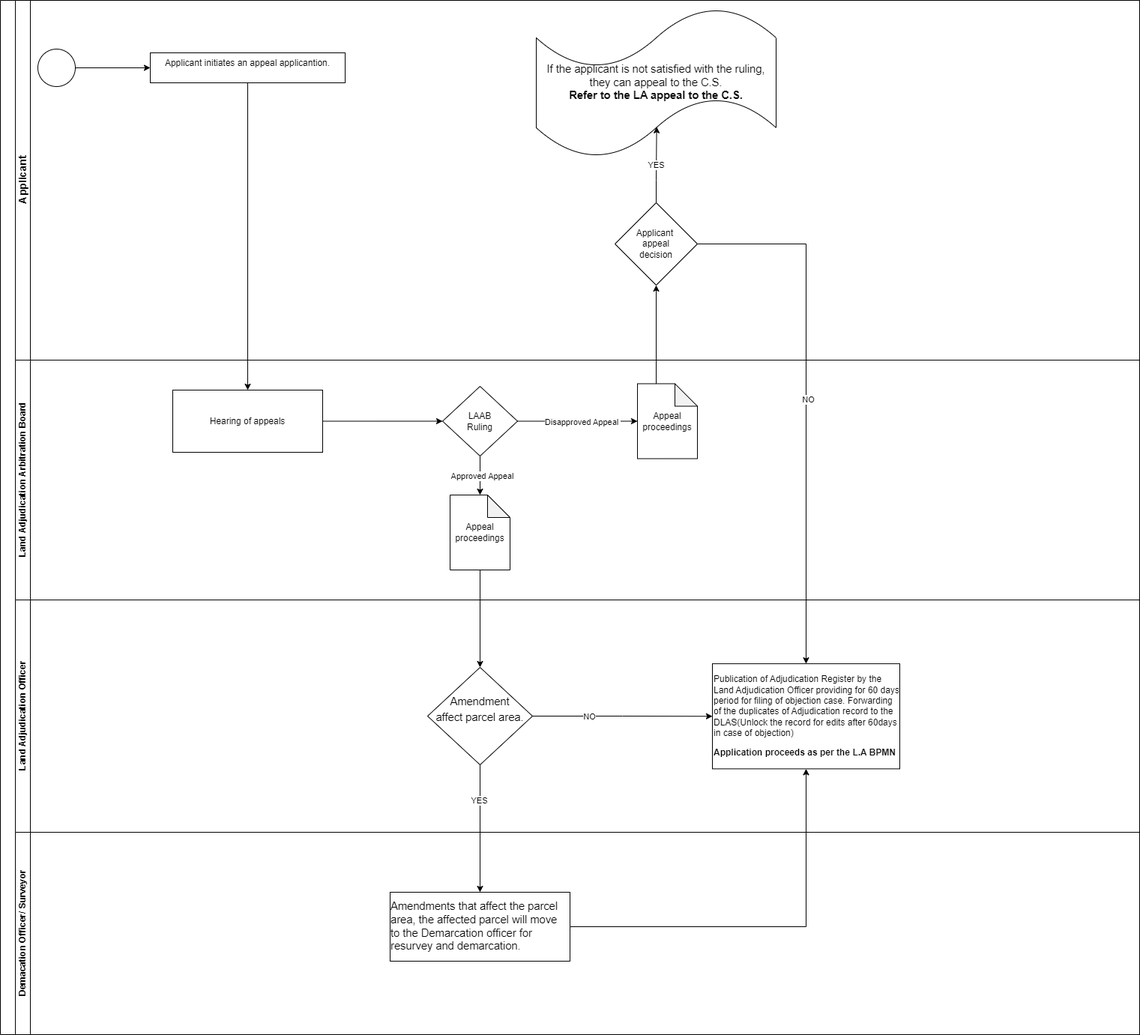
geoprojectke/BPMN keeps this draw.io diagram as Land Adjudication Appeal to the LAAB.drawio.png. Above is the earlier version. Source tidied: cells renumbered, new cells last; positions are measured from the earlier drawing's top-left corner, leaving out a move shared by most shapes.
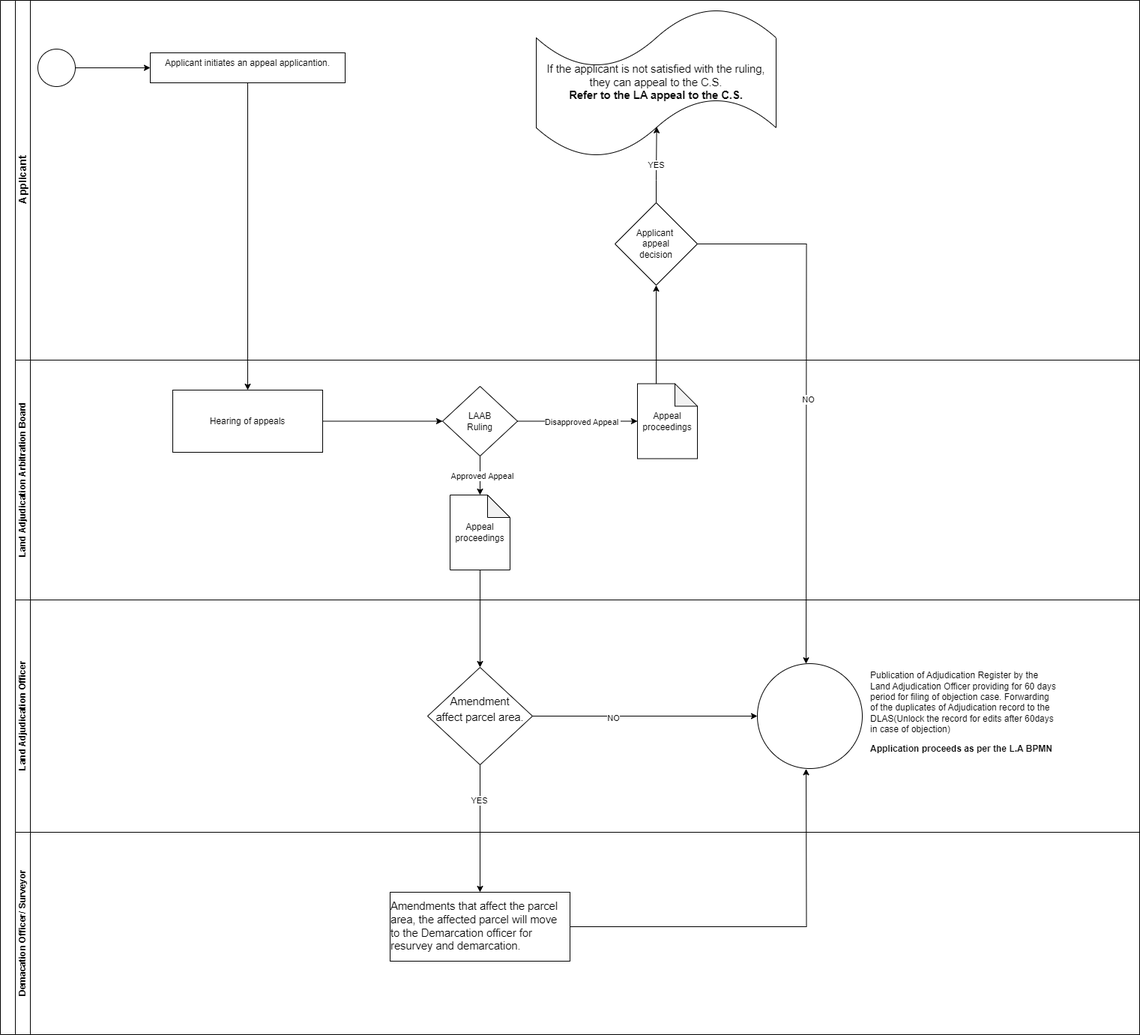
Later version of the same file.

Diff of the diagram source:
```diff
@@ -62,18 +62,21 @@
     <mxCell id="21" value="Land Adjudication Officer" style="swimlane;html=1;startSize=20;horizontal=0;" parent="2" vertex="1">
       <mxGeometry x="20" y="800" width="1500" height="310" as="geometry" />
     </mxCell>
-    <mxCell id="22" style="edgeStyle=orthogonalEdgeStyle;rounded=0;jettySize=auto;html=1;exitX=1;exitY=0.5;exitDx=0;exitDy=0;entryX=0;entryY=0.5;entryDx=0;entryDy=0;" parent="21" edge="1" source="25" target="24">
-      <mxGeometry relative="1" as="geometry" />
-    </mxCell>
+    <mxCell id="38" style="edgeStyle=orthogonalEdgeStyle;rounded=0;jettySize=auto;html=1;exitX=1;exitY=0.5;exitDx=0;exitDy=0;entryX=0;entryY=0.5;entryDx=0;entryDy=0;" parent="21" edge="1" source="25" target="39">
+      <mxGeometry relative="1" as="geometry" />
+    </mxCell>
-    <mxCell id="23" value="NO" style="edgeLabel;html=1;align=center;verticalAlign=middle;" parent="22" vertex="1">
-      <mxGeometry x="-0.38" relative="1" as="geometry" />
+    <mxCell id="23" value="NO" style="edgeLabel;html=1;align=center;verticalAlign=middle;" parent="38" vertex="1">
+      <mxGeometry x="-0.29" y="-2" relative="1" as="geometry" />
     </mxCell>
+    <mxCell id="25" value="&lt;p style=&quot;line-height: 1.38; margin-top: 0pt; margin-bottom: 0pt;&quot; dir=&quot;ltr&quot;&gt;&lt;span style=&quot;font-size: 11pt; font-family: Arial, sans-serif; background-color: transparent; font-variant-numeric: normal; font-variant-east-asian: normal; font-variant-alternates: normal; font-variant-position: normal; vertical-align: baseline; white-space-collapse: preserve;&quot;&gt;Amendment&lt;/span&gt;&lt;/p&gt;&lt;p style=&quot;line-height: 1.38; margin-top: 0pt; margin-bottom: 0pt;&quot; dir=&quot;ltr&quot;&gt;&lt;span style=&quot;font-size: 11pt; font-family: Arial, sans-serif; background-color: transparent; font-variant-numeric: normal; font-variant-east-asian: normal; font-variant-alternates: normal; font-variant-position: normal; vertical-align: baseline; white-space-collapse: preserve;&quot;&gt;affect parcel area.&lt;/span&gt;&lt;/p&gt;&lt;div&gt;&lt;span style=&quot;font-size: 11pt; font-family: Arial, sans-serif; background-color: transparent; font-variant-numeric: normal; font-variant-east-asian: normal; font-variant-alternates: normal; font-variant-position: normal; vertical-align: baseline; white-space-collapse: preserve;&quot;&gt;&lt;br&gt;&lt;/span&gt;&lt;/div&gt;" style="rhombus;whiteSpace=wrap;html=1;" parent="21" vertex="1">
+      <mxGeometry x="550" y="90" width="140" height="130" as="geometry" />
+    </mxCell>
+    <mxCell id="39" style="ellipse;whiteSpace=wrap;html=1;" parent="21" vertex="1">
+      <mxGeometry x="990" y="85" width="140" height="140" as="geometry" />
+    </mxCell>
-    <mxCell id="24" value="&lt;p class=&quot;MsoNormal&quot;&gt;&lt;span lang=&quot;EN-GB&quot;&gt;Publication of Adjudication Register by the Land Adjudication Officer providing for 60 days period for filing of objection case. Forwarding of the duplicates of Adjudication record to the DLAS(Unlock the record for edits after 60days in case of objection)&lt;/span&gt;&lt;/p&gt;&lt;p class=&quot;MsoNormal&quot;&gt;&lt;span lang=&quot;EN-GB&quot;&gt;&lt;b&gt;Application proceeds as per the L.A BPMN&lt;/b&gt;&lt;/span&gt;&lt;/p&gt;" style="rounded=0;whiteSpace=wrap;html=1;align=left;" parent="21" vertex="1">
-      <mxGeometry x="930" y="85.1" width="250" height="140.2" as="geometry" />
+    <mxCell id="24" value="&lt;p style=&quot;text-align: left;&quot; class=&quot;MsoNormal&quot;&gt;&lt;span lang=&quot;EN-GB&quot;&gt;Publication of Adjudication Register by the Land Adjudication Officer providing for 60 days period for filing of objection case. Forwarding of the duplicates of Adjudication record to the DLAS(Unlock the record for edits after 60days in case of objection)&lt;/span&gt;&lt;/p&gt;&lt;p style=&quot;text-align: left;&quot; class=&quot;MsoNormal&quot;&gt;&lt;span lang=&quot;EN-GB&quot;&gt;&lt;b&gt;Application proceeds as per the L.A BPMN&lt;/b&gt;&lt;/span&gt;&lt;/p&gt;" style="whiteSpace=wrap;html=1;strokeColor=none;" parent="21" vertex="1">
+      <mxGeometry x="1140" y="85" width="250" height="130" as="geometry" />
     </mxCell>
-    <mxCell id="25" value="&lt;p style=&quot;line-height: 1.38; margin-top: 0pt; margin-bottom: 0pt;&quot; dir=&quot;ltr&quot;&gt;&lt;span style=&quot;font-size: 11pt; font-family: Arial, sans-serif; background-color: transparent; font-variant-numeric: normal; font-variant-east-asian: normal; font-variant-alternates: normal; font-variant-position: normal; vertical-align: baseline; white-space-collapse: preserve;&quot;&gt;Amendment&lt;/span&gt;&lt;/p&gt;&lt;p style=&quot;line-height: 1.38; margin-top: 0pt; margin-bottom: 0pt;&quot; dir=&quot;ltr&quot;&gt;&lt;span style=&quot;font-size: 11pt; font-family: Arial, sans-serif; background-color: transparent; font-variant-numeric: normal; font-variant-east-asian: normal; font-variant-alternates: normal; font-variant-position: normal; vertical-align: baseline; white-space-collapse: preserve;&quot;&gt;affect parcel area.&lt;/span&gt;&lt;/p&gt;&lt;div&gt;&lt;span style=&quot;font-size: 11pt; font-family: Arial, sans-serif; background-color: transparent; font-variant-numeric: normal; font-variant-east-asian: normal; font-variant-alternates: normal; font-variant-position: normal; vertical-align: baseline; white-space-collapse: preserve;&quot;&gt;&lt;br&gt;&lt;/span&gt;&lt;/div&gt;" style="rhombus;whiteSpace=wrap;html=1;" parent="21" vertex="1">
-      <mxGeometry x="550" y="90" width="140" height="130" as="geometry" />
-    </mxCell>
     <mxCell id="26" value="Demacation Officer/ Surveyor" style="swimlane;html=1;startSize=20;horizontal=0;" parent="2" vertex="1">
       <mxGeometry x="20" y="1110" width="1500" height="270" as="geometry" />
     </mxCell>
@@ -100,14 +103,18 @@
     <mxCell id="33" value="YES" style="edgeLabel;html=1;align=center;verticalAlign=middle;" parent="32" vertex="1">
       <mxGeometry x="-0.45" y="-2" relative="1" as="geometry" />
     </mxCell>
-    <mxCell id="34" style="edgeStyle=orthogonalEdgeStyle;rounded=0;jettySize=auto;html=1;exitX=1;exitY=0.5;exitDx=0;exitDy=0;entryX=0.5;entryY=1;entryDx=0;entryDy=0;" parent="2" edge="1" source="29" target="24">
-      <mxGeometry relative="1" as="geometry" />
+    <mxCell id="34" style="edgeStyle=orthogonalEdgeStyle;rounded=0;jettySize=auto;html=1;exitX=1;exitY=0.5;exitDx=0;exitDy=0;entryX=0.5;entryY=1;entryDx=0;entryDy=0;" parent="2" edge="1" source="29">
+      <mxGeometry relative="1" as="geometry">
+        <mxPoint x="1075" y="1025.4" as="targetPoint" />
+      </mxGeometry>
     </mxCell>
     <mxCell id="35" style="edgeStyle=orthogonalEdgeStyle;rounded=0;jettySize=auto;html=1;exitX=0;exitY=0;exitDx=25;exitDy=0;exitPerimeter=0;entryX=0.5;entryY=1;entryDx=0;entryDy=0;" parent="2" edge="1" source="15" target="8">
       <mxGeometry relative="1" as="geometry" />
     </mxCell>
-    <mxCell id="36" style="edgeStyle=orthogonalEdgeStyle;rounded=0;jettySize=auto;html=1;exitX=1;exitY=0.5;exitDx=0;exitDy=0;entryX=0.5;entryY=0;entryDx=0;entryDy=0;" parent="2" edge="1" source="8" target="24">
-      <mxGeometry relative="1" as="geometry" />
+    <mxCell id="36" style="edgeStyle=orthogonalEdgeStyle;rounded=0;jettySize=auto;html=1;exitX=1;exitY=0.5;exitDx=0;exitDy=0;entryX=0.5;entryY=0;entryDx=0;entryDy=0;" parent="2" edge="1" source="8">
+      <mxGeometry relative="1" as="geometry">
+        <mxPoint x="1075" y="885.1" as="targetPoint" />
+      </mxGeometry>
     </mxCell>
     <mxCell id="37" value="NO" style="edgeLabel;html=1;align=center;verticalAlign=middle;" parent="36" vertex="1">
       <mxGeometry y="2" relative="1" as="geometry" />
```
